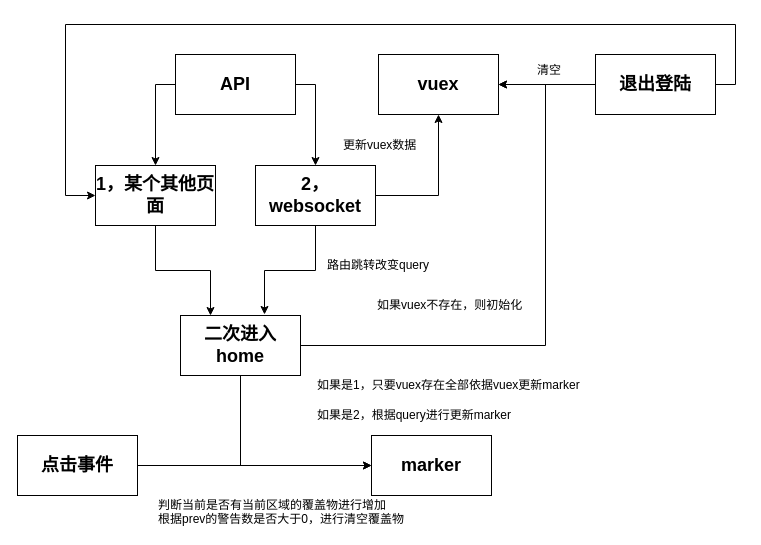
Earlier version of the draw.io diagram websocket告警地图流程.drawio (RegExpRegExp/flowChart). Source tidied: cells renumbered, new cells numbered last; positions are measured from the earlier drawing's top-left corner, leaving out a move shared by most shapes. Both pictures are drawn from the tidied source at 100%, with x=0, y=0 at pixel (17, 24).
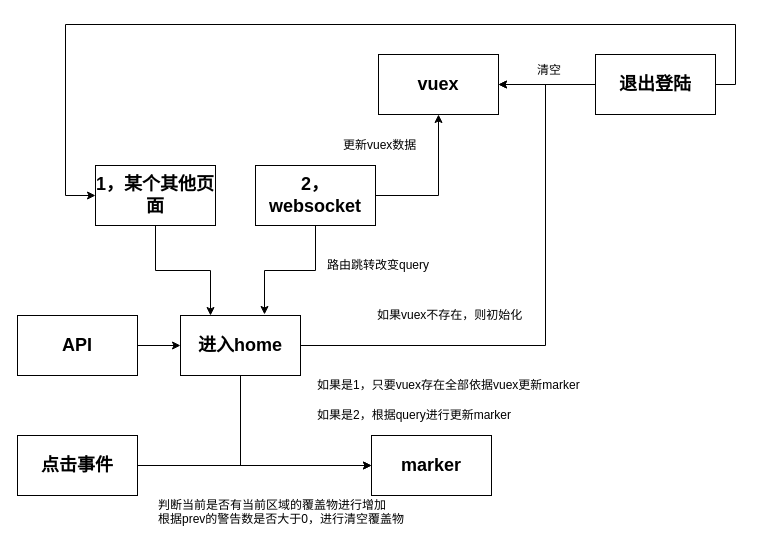
After the change.

Commit message:
Update websocket告警地图流程.drawio

Unchanged cells that the change refers to:
```xml
<mxCell id="4" value="&lt;h2&gt;2，websocket&lt;/h2&gt;" style="rounded=0;whiteSpace=wrap;html=1;" parent="1" vertex="1">
  <mxGeometry x="238" y="141" width="120" height="60" as="geometry" />
</mxCell>
<mxCell id="19" value="&lt;h2&gt;1，某个其他页面&lt;/h2&gt;" style="rounded=0;whiteSpace=wrap;html=1;" parent="1" vertex="1">
  <mxGeometry x="78" y="141" width="120" height="60" as="geometry" />
</mxCell>
```

Diff of the diagram source:
```diff
@@
-    <mxCell id="9" value="&lt;h2&gt;二次进入home&lt;/h2&gt;" style="rounded=0;whiteSpace=wrap;html=1;" parent="1" vertex="1">
+    <mxCell id="9" value="&lt;h2&gt;进入home&lt;/h2&gt;" style="rounded=0;whiteSpace=wrap;html=1;" parent="1" vertex="1">
       <mxGeometry x="163" y="291" width="120" height="60" as="geometry" />
     </mxCell>
@@
-    <mxCell id="14" style="edgeStyle=orthogonalEdgeStyle;rounded=0;jettySize=auto;html=1;exitX=0;exitY=0.5;exitDx=0;exitDy=0;entryX=0.5;entryY=0;entryDx=0;entryDy=0;" parent="1" edge="1" source="16" target="19">
-      <mxGeometry relative="1" as="geometry" />
-    </mxCell>
-    <mxCell id="15" style="edgeStyle=orthogonalEdgeStyle;rounded=0;jettySize=auto;html=1;exitX=1;exitY=0.5;exitDx=0;exitDy=0;entryX=0.5;entryY=0;entryDx=0;entryDy=0;" parent="1" edge="1" source="16" target="4">
-      <mxGeometry relative="1" as="geometry" />
-    </mxCell>
+    <mxCell id="27" style="edgeStyle=orthogonalEdgeStyle;rounded=0;jettySize=auto;html=1;exitX=1;exitY=0.5;exitDx=0;exitDy=0;entryX=0;entryY=0.5;entryDx=0;entryDy=0;" parent="1" edge="1" source="16" target="9">
+      <mxGeometry relative="1" as="geometry" />
+    </mxCell>
     <mxCell id="16" value="&lt;h2&gt;&lt;b&gt;API&lt;/b&gt;&lt;/h2&gt;" style="rounded=0;whiteSpace=wrap;html=1;" parent="1" vertex="1">
-      <mxGeometry x="158" y="30" width="120" height="60" as="geometry" />
+      <mxGeometry y="291" width="120" height="60" as="geometry" />
     </mxCell>
@@
     <mxCell id="21" value="如果vuex不存在，则初始化" style="text;html=1;align=left;verticalAlign=top;spacingTop=-4;" parent="1" vertex="1">
-      <mxGeometry x="358" y="271" width="160" height="20" as="geometry" />
+      <mxGeometry x="358" y="281" width="160" height="20" as="geometry" />
     </mxCell>
```
